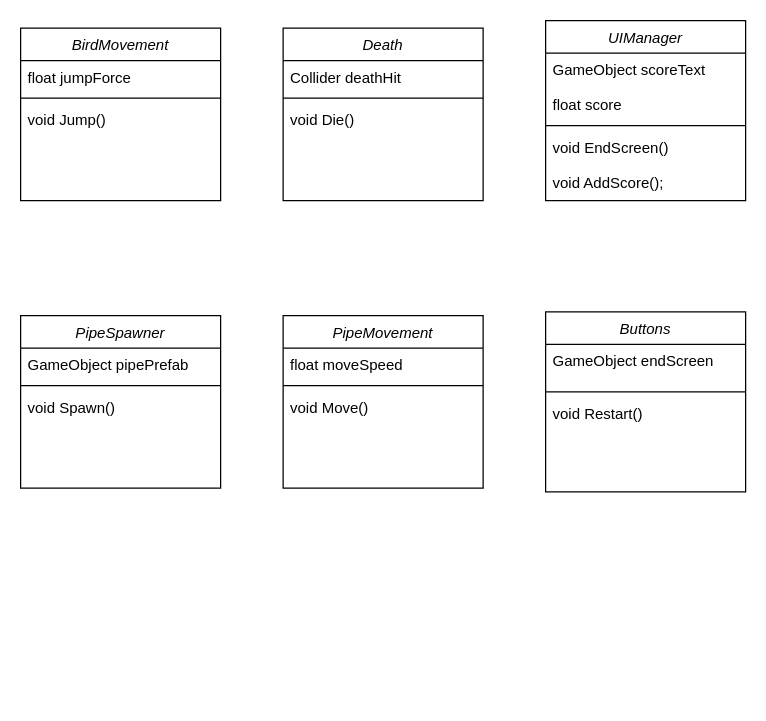
Before: Assets/FloppyBird.drawio in SkullViper7/FloppyBird, a draw.io diagram. Source tidied: cells renumbered, new cells numbered last; positions are measured from the earlier drawing's top-left corner, leaving out a move shared by most shapes. Both pictures are drawn from the tidied source at 125%, with x=0, y=0 at pixel (20, 20).
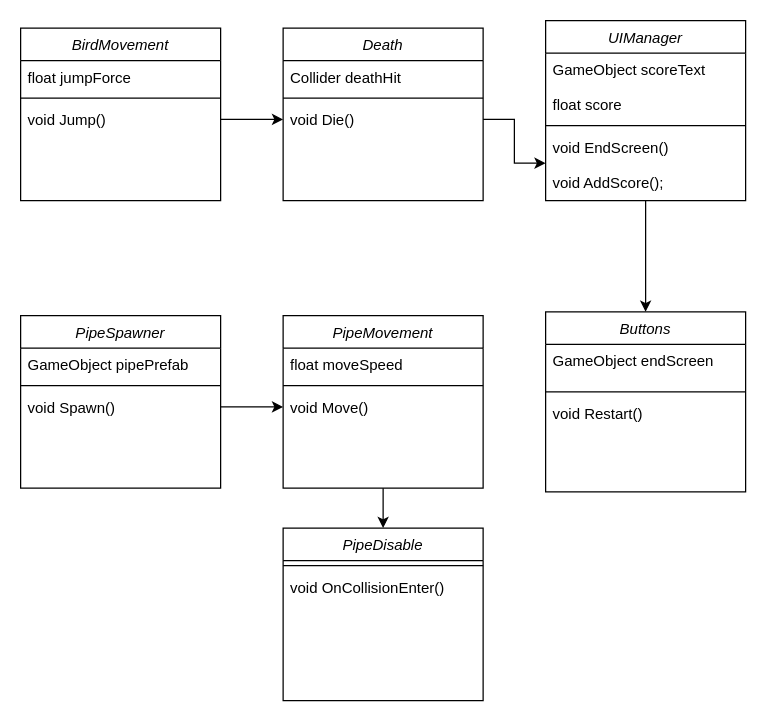
The same diagram, later.

Unchanged cells that the change refers to:
```xml
<mxCell id="5" value="void Jump()" style="text;align=left;verticalAlign=top;spacingLeft=4;spacingRight=4;overflow=hidden;points=[[0,0.5],[1,0.5]];portConstraint=eastwest;" parent="2" vertex="1">
  <mxGeometry y="60" width="160" height="26" as="geometry" />
</mxCell>
<mxCell id="6" value="PipeMovement" style="swimlane;fontStyle=2;align=center;verticalAlign=top;horizontal=1;startSize=26;rounded=0;shadow=0;strokeWidth=1;" parent="1" vertex="1">
  <mxGeometry x="210" y="236" width="160" height="138" as="geometry" />
</mxCell>
<mxCell id="9" value="void Move()" style="text;align=left;verticalAlign=top;spacingLeft=4;spacingRight=4;overflow=hidden;points=[[0,0.5],[1,0.5]];portConstraint=eastwest;" parent="6" vertex="1">
  <mxGeometry y="60" width="160" height="26" as="geometry" />
</mxCell>
<mxCell id="13" value="void Spawn()" style="text;align=left;verticalAlign=top;spacingLeft=4;spacingRight=4;overflow=hidden;points=[[0,0.5],[1,0.5]];portConstraint=eastwest;" parent="10" vertex="1">
  <mxGeometry y="60" width="160" height="26" as="geometry" />
</mxCell>
<mxCell id="14" value="UIManager" style="swimlane;fontStyle=2;align=center;verticalAlign=top;horizontal=1;startSize=26;rounded=0;shadow=0;strokeWidth=1;" parent="1" vertex="1">
  <mxGeometry x="420" width="160" height="144" as="geometry" />
</mxCell>
<mxCell id="17" value="void EndScreen()&#10;&#10;void AddScore();" style="text;align=left;verticalAlign=top;spacingLeft=4;spacingRight=4;overflow=hidden;points=[[0,0.5],[1,0.5]];portConstraint=eastwest;" parent="14" vertex="1">
  <mxGeometry y="88" width="160" height="52" as="geometry" />
</mxCell>
<mxCell id="21" value="void Die()" style="text;align=left;verticalAlign=top;spacingLeft=4;spacingRight=4;overflow=hidden;points=[[0,0.5],[1,0.5]];portConstraint=eastwest;" parent="18" vertex="1">
  <mxGeometry y="60" width="160" height="26" as="geometry" />
</mxCell>
<mxCell id="22" value="Buttons" style="swimlane;fontStyle=2;align=center;verticalAlign=top;horizontal=1;startSize=26;rounded=0;shadow=0;strokeWidth=1;" parent="1" vertex="1">
  <mxGeometry x="420" y="233" width="160" height="144" as="geometry" />
</mxCell>
```

Diff of the diagram source:
```diff
@@
+    <mxCell id="26" style="edgeStyle=orthogonalEdgeStyle;rounded=0;jettySize=auto;html=1;exitX=0.5;exitY=1;exitDx=0;exitDy=0;entryX=0.5;entryY=0;entryDx=0;entryDy=0;" parent="1" edge="1" source="6" target="31">
+      <mxGeometry relative="1" as="geometry" />
+    </mxCell>
@@
+    <mxCell id="27" style="edgeStyle=orthogonalEdgeStyle;rounded=0;jettySize=auto;html=1;entryX=0.5;entryY=0;entryDx=0;entryDy=0;" parent="1" edge="1" source="14" target="22">
+      <mxGeometry relative="1" as="geometry" />
+    </mxCell>
@@
+    <mxCell id="28" style="edgeStyle=orthogonalEdgeStyle;rounded=0;jettySize=auto;html=1;entryX=0;entryY=0.5;entryDx=0;entryDy=0;" parent="1" edge="1" source="13" target="9">
+      <mxGeometry relative="1" as="geometry" />
+    </mxCell>
+    <mxCell id="29" style="edgeStyle=orthogonalEdgeStyle;rounded=0;jettySize=auto;html=1;entryX=0;entryY=0.5;entryDx=0;entryDy=0;" parent="1" edge="1" source="5" target="21">
+      <mxGeometry relative="1" as="geometry" />
+    </mxCell>
+    <mxCell id="30" style="edgeStyle=orthogonalEdgeStyle;rounded=0;jettySize=auto;html=1;" parent="1" edge="1" source="21" target="17">
+      <mxGeometry relative="1" as="geometry" />
+    </mxCell>
+    <mxCell id="31" value="PipeDisable" style="swimlane;fontStyle=2;align=center;verticalAlign=top;horizontal=1;startSize=26;rounded=0;shadow=0;strokeWidth=1;" parent="1" vertex="1">
+      <mxGeometry x="210" y="406" width="160" height="138" as="geometry" />
+    </mxCell>
+    <mxCell id="32" style="line;html=1;strokeWidth=1;align=left;verticalAlign=middle;spacingTop=-1;spacingLeft=3;spacingRight=3;labelPosition=right;" parent="31" vertex="1">
+      <mxGeometry y="26" width="160" height="8" as="geometry" />
+    </mxCell>
+    <mxCell id="33" value="void OnCollisionEnter()" style="text;align=left;verticalAlign=top;spacingLeft=4;spacingRight=4;overflow=hidden;" parent="31" vertex="1">
+      <mxGeometry y="34" width="160" height="26" as="geometry" />
+    </mxCell>
```
